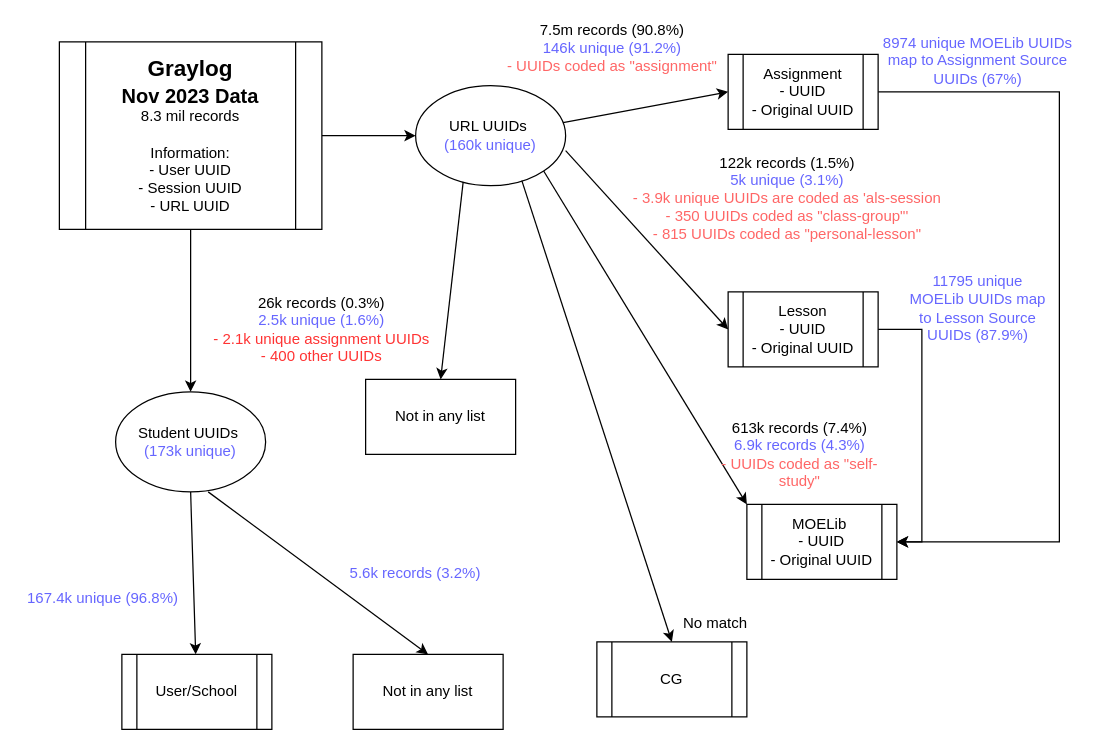
Above: Graylog Teachers.drawio in munglin/psychological (draw.io), before the change. Source tidied: cells renumbered, new cells numbered last; positions are measured from the earlier drawing's top-left corner, leaving out a move shared by most shapes. Both pictures are drawn from the tidied source at 125%, with x=0, y=0 at pixel (21, 29).
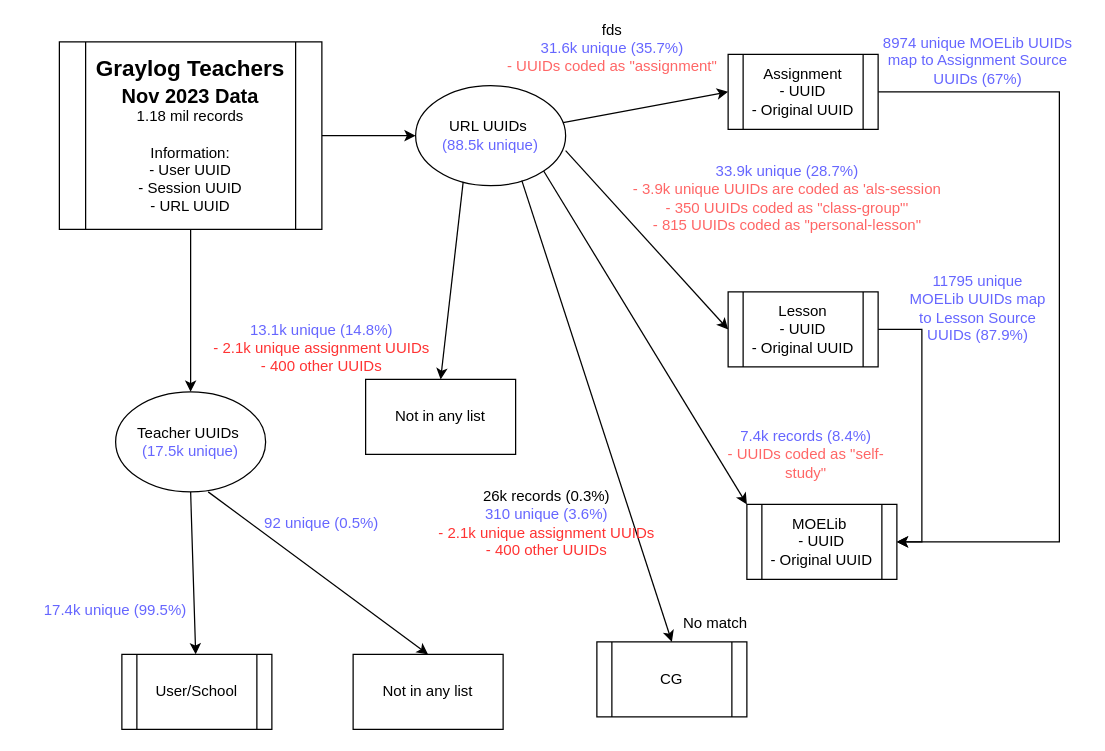
After the change.

Change to the diagram source:
```diff
@@
-    <mxCell id="4" value="&lt;font style=&quot;font-size: 18px;&quot;&gt;&lt;b&gt;Graylog&lt;/b&gt;&lt;/font&gt;&lt;div&gt;&lt;font size=&quot;3&quot;&gt;&lt;b&gt;Nov 2023 Data&lt;/b&gt;&lt;/font&gt;&lt;/div&gt;&lt;div&gt;8.3 mil records&lt;/div&gt;&lt;div&gt;&lt;br&gt;&lt;/div&gt;&lt;div&gt;Information:&lt;br&gt;- User UUID&lt;/div&gt;&lt;div&gt;- Session UUID&lt;/div&gt;&lt;div&gt;- URL UUID&lt;/div&gt;" style="shape=process;whiteSpace=wrap;html=1;backgroundOutline=1;" parent="1" vertex="1">
+    <mxCell id="4" value="&lt;font style=&quot;font-size: 18px;&quot;&gt;&lt;b&gt;Graylog Teachers&lt;/b&gt;&lt;/font&gt;&lt;div&gt;&lt;font size=&quot;3&quot;&gt;&lt;b&gt;Nov 2023 Data&lt;/b&gt;&lt;/font&gt;&lt;/div&gt;&lt;div&gt;1.18 mil records&lt;/div&gt;&lt;div&gt;&lt;br&gt;&lt;/div&gt;&lt;div&gt;Information:&lt;br&gt;- User UUID&lt;/div&gt;&lt;div&gt;- Session UUID&lt;/div&gt;&lt;div&gt;- URL UUID&lt;/div&gt;" style="shape=process;whiteSpace=wrap;html=1;backgroundOutline=1;" parent="1" vertex="1">
       <mxGeometry x="30" y="10" width="210" height="150" as="geometry" />
     </mxCell>
-    <mxCell id="5" value="URL UUIDs&amp;nbsp;&lt;div&gt;&lt;font color=&quot;#6666ff&quot;&gt;(160k unique)&lt;/font&gt;&lt;/div&gt;" style="ellipse;whiteSpace=wrap;html=1;" parent="1" vertex="1">
+    <mxCell id="5" value="URL UUIDs&amp;nbsp;&lt;div&gt;&lt;font color=&quot;#6666ff&quot;&gt;(88.5k unique)&lt;/font&gt;&lt;/div&gt;" style="ellipse;whiteSpace=wrap;html=1;" parent="1" vertex="1">
       <mxGeometry x="315" y="45" width="120" height="80" as="geometry" />
     </mxCell>
-    <mxCell id="6" value="Student UUIDs&amp;nbsp;&lt;div&gt;&lt;font color=&quot;#6666ff&quot;&gt;(173k unique)&lt;/font&gt;&lt;/div&gt;" style="ellipse;whiteSpace=wrap;html=1;" parent="1" vertex="1">
+    <mxCell id="6" value="Teacher UUIDs&amp;nbsp;&lt;div&gt;&lt;font color=&quot;#6666ff&quot;&gt;(17.5k unique)&lt;/font&gt;&lt;/div&gt;" style="ellipse;whiteSpace=wrap;html=1;" parent="1" vertex="1">
       <mxGeometry x="75" y="290" width="120" height="80" as="geometry" />
     </mxCell>
@@
-    <mxCell id="19" value="&lt;div&gt;7.5m records (90.8%)&lt;/div&gt;&lt;font color=&quot;#6666ff&quot;&gt;146k unique (91.2%)&lt;/font&gt;&lt;div&gt;&lt;span style=&quot;caret-color: rgb(102, 102, 255);&quot;&gt;&lt;font color=&quot;#ff6666&quot;&gt;- UUIDs coded as &quot;assignment&quot;&lt;/font&gt;&lt;/span&gt;&lt;/div&gt;" style="text;html=1;align=center;verticalAlign=middle;whiteSpace=wrap;rounded=0;" parent="1" vertex="1">
+    <mxCell id="19" value="&lt;div&gt;&lt;span style=&quot;background-color: initial;&quot;&gt;fds&lt;/span&gt;&lt;/div&gt;&lt;div&gt;&lt;span style=&quot;caret-color: rgb(102, 102, 255); background-color: initial;&quot;&gt;&lt;font color=&quot;#6666ff&quot;&gt;31.6k unique (35.7%)&lt;/font&gt;&lt;/span&gt;&lt;/div&gt;&lt;div&gt;&lt;span style=&quot;color: rgb(255, 102, 102); caret-color: rgb(102, 102, 255); background-color: initial;&quot;&gt;- UUIDs coded as &quot;assignment&quot;&lt;/span&gt;&lt;br&gt;&lt;/div&gt;" style="text;html=1;align=center;verticalAlign=middle;whiteSpace=wrap;rounded=0;" parent="1" vertex="1">
       <mxGeometry x="385" width="175" height="30" as="geometry" />
     </mxCell>
-    <mxCell id="20" value="&lt;div&gt;122k records (1.5%)&lt;/div&gt;&lt;font color=&quot;#6666ff&quot;&gt;5k unique (3.1%)&lt;/font&gt;&lt;div&gt;&lt;span style=&quot;caret-color: rgb(102, 102, 255);&quot;&gt;&lt;font color=&quot;#ff6666&quot;&gt;- 3.9k unique UUIDs are coded as 'als-session&lt;/font&gt;&lt;/span&gt;&lt;/div&gt;&lt;div&gt;&lt;font color=&quot;#ff6666&quot;&gt;&lt;span style=&quot;caret-color: rgb(102, 102, 255);&quot;&gt;- 350 UUIDs coded as &quot;class-group&quot;&lt;/span&gt;&lt;span style=&quot;caret-color: rgb(102, 102, 255);&quot;&gt;'&lt;/span&gt;&lt;/font&gt;&lt;/div&gt;&lt;div&gt;&lt;span style=&quot;caret-color: rgb(102, 102, 255);&quot;&gt;&lt;font color=&quot;#ff6666&quot;&gt;- 815 UUIDs coded as &quot;personal-lesson&quot;&lt;/font&gt;&lt;/span&gt;&lt;/div&gt;" style="text;html=1;align=center;verticalAlign=middle;whiteSpace=wrap;rounded=0;" parent="1" vertex="1">
+    <mxCell id="20" value="&lt;div&gt;&lt;span style=&quot;background-color: initial; color: rgb(102, 102, 255);&quot;&gt;33.9k unique (28.7%)&lt;/span&gt;&lt;br&gt;&lt;/div&gt;&lt;div&gt;&lt;span style=&quot;caret-color: rgb(102, 102, 255);&quot;&gt;&lt;font color=&quot;#ff6666&quot;&gt;- 3.9k unique UUIDs are coded as 'als-session&lt;/font&gt;&lt;/span&gt;&lt;/div&gt;&lt;div&gt;&lt;font color=&quot;#ff6666&quot;&gt;&lt;span style=&quot;caret-color: rgb(102, 102, 255);&quot;&gt;- 350 UUIDs coded as &quot;class-group&quot;&lt;/span&gt;&lt;span style=&quot;caret-color: rgb(102, 102, 255);&quot;&gt;'&lt;/span&gt;&lt;/font&gt;&lt;/div&gt;&lt;div&gt;&lt;span style=&quot;caret-color: rgb(102, 102, 255);&quot;&gt;&lt;font color=&quot;#ff6666&quot;&gt;- 815 UUIDs coded as &quot;personal-lesson&quot;&lt;/font&gt;&lt;/span&gt;&lt;/div&gt;" style="text;html=1;align=center;verticalAlign=middle;whiteSpace=wrap;rounded=0;" parent="1" vertex="1">
       <mxGeometry x="480" y="120" width="265" height="30" as="geometry" />
     </mxCell>
-    <mxCell id="21" value="&lt;div&gt;613k records (7.4%)&lt;br&gt;&lt;/div&gt;&lt;font color=&quot;#6666ff&quot;&gt;6.9k records (4.3%)&lt;/font&gt;&lt;div&gt;&lt;font color=&quot;#ff6666&quot;&gt;- UUIDs coded as &quot;self-study&quot;&lt;/font&gt;&lt;/div&gt;" style="text;html=1;align=center;verticalAlign=middle;whiteSpace=wrap;rounded=0;" parent="1" vertex="1">
-      <mxGeometry x="545" y="310" width="155" height="60" as="geometry" />
+    <mxCell id="21" value="&lt;div&gt;&lt;span style=&quot;color: rgb(102, 102, 255); background-color: initial;&quot;&gt;7.4k records (8.4%)&lt;/span&gt;&lt;br&gt;&lt;/div&gt;&lt;div&gt;&lt;font color=&quot;#ff6666&quot;&gt;- UUIDs coded as &quot;self-study&quot;&lt;/font&gt;&lt;/div&gt;" style="text;html=1;align=center;verticalAlign=middle;whiteSpace=wrap;rounded=0;" parent="1" vertex="1">
+      <mxGeometry x="550" y="310" width="155" height="60" as="geometry" />
     </mxCell>
-    <mxCell id="22" value="&lt;div&gt;26k records (0.3%)&lt;/div&gt;&lt;font color=&quot;#6666ff&quot;&gt;2.5k unique&amp;nbsp;&lt;/font&gt;&lt;span style=&quot;color: rgb(102, 102, 255);&quot;&gt;(1.6%)&lt;/span&gt;&lt;div&gt;&lt;font color=&quot;#ff3333&quot;&gt;- 2.1k unique assignment UUIDs&lt;/font&gt;&lt;/div&gt;&lt;div&gt;&lt;font color=&quot;#ff3333&quot;&gt;&lt;span style=&quot;caret-color: rgb(255, 51, 51);&quot;&gt;- 400 other UUIDs&lt;/span&gt;&lt;/font&gt;&lt;/div&gt;" style="text;html=1;align=center;verticalAlign=middle;whiteSpace=wrap;rounded=0;" parent="1" vertex="1">
-      <mxGeometry x="150" y="225" width="180" height="30" as="geometry" />
+    <mxCell id="22" value="&lt;div&gt;&lt;font style=&quot;background-color: initial;&quot; color=&quot;#6666ff&quot;&gt;13.1k unique&amp;nbsp;&lt;/font&gt;&lt;span style=&quot;background-color: initial; color: rgb(102, 102, 255);&quot;&gt;(14.8%)&lt;/span&gt;&lt;br&gt;&lt;/div&gt;&lt;div&gt;&lt;font color=&quot;#ff3333&quot;&gt;- 2.1k unique assignment UUIDs&lt;/font&gt;&lt;/div&gt;&lt;div&gt;&lt;font color=&quot;#ff3333&quot;&gt;&lt;span style=&quot;caret-color: rgb(255, 51, 51);&quot;&gt;- 400 other UUIDs&lt;/span&gt;&lt;/font&gt;&lt;/div&gt;" style="text;html=1;align=center;verticalAlign=middle;whiteSpace=wrap;rounded=0;" parent="1" vertex="1">
+      <mxGeometry x="150" y="240" width="180" height="30" as="geometry" />
     </mxCell>
@@
-    <mxCell id="25" value="&lt;font color=&quot;#6666ff&quot;&gt;167.4k unique (96.8%)&lt;/font&gt;" style="text;html=1;align=center;verticalAlign=middle;whiteSpace=wrap;rounded=0;" parent="1" vertex="1">
-      <mxGeometry y="440" width="130" height="30" as="geometry" />
+    <mxCell id="25" value="&lt;font color=&quot;#6666ff&quot;&gt;17.4k unique (99.5%)&lt;/font&gt;" style="text;html=1;align=center;verticalAlign=middle;whiteSpace=wrap;rounded=0;" parent="1" vertex="1">
+      <mxGeometry x="10" y="450" width="130" height="30" as="geometry" />
     </mxCell>
@@
-    <mxCell id="28" value="&lt;font color=&quot;#6666ff&quot;&gt;5.6k records (3.2%)&lt;/font&gt;" style="text;html=1;align=center;verticalAlign=middle;whiteSpace=wrap;rounded=0;" parent="1" vertex="1">
-      <mxGeometry x="260" y="420" width="110" height="30" as="geometry" />
+    <mxCell id="28" value="&lt;font color=&quot;#6666ff&quot;&gt;92 unique (0.5%)&lt;/font&gt;" style="text;html=1;align=center;verticalAlign=middle;whiteSpace=wrap;rounded=0;" parent="1" vertex="1">
+      <mxGeometry x="185" y="380" width="110" height="30" as="geometry" />
     </mxCell>
@@
+    <mxCell id="32" value="&lt;div&gt;26k records (0.3%)&lt;/div&gt;&lt;div&gt;&lt;font color=&quot;#6666ff&quot;&gt;310 unique (3.6%)&lt;/font&gt;&lt;/div&gt;&lt;div&gt;&lt;font color=&quot;#ff3333&quot;&gt;- 2.1k unique assignment UUIDs&lt;/font&gt;&lt;/div&gt;&lt;div&gt;&lt;font color=&quot;#ff3333&quot;&gt;&lt;span style=&quot;caret-color: rgb(255, 51, 51);&quot;&gt;- 400 other UUIDs&lt;/span&gt;&lt;/font&gt;&lt;/div&gt;" style="text;html=1;align=center;verticalAlign=middle;whiteSpace=wrap;rounded=0;" parent="1" vertex="1">
+      <mxGeometry x="330" y="380" width="180" height="30" as="geometry" />
+    </mxCell>
```
